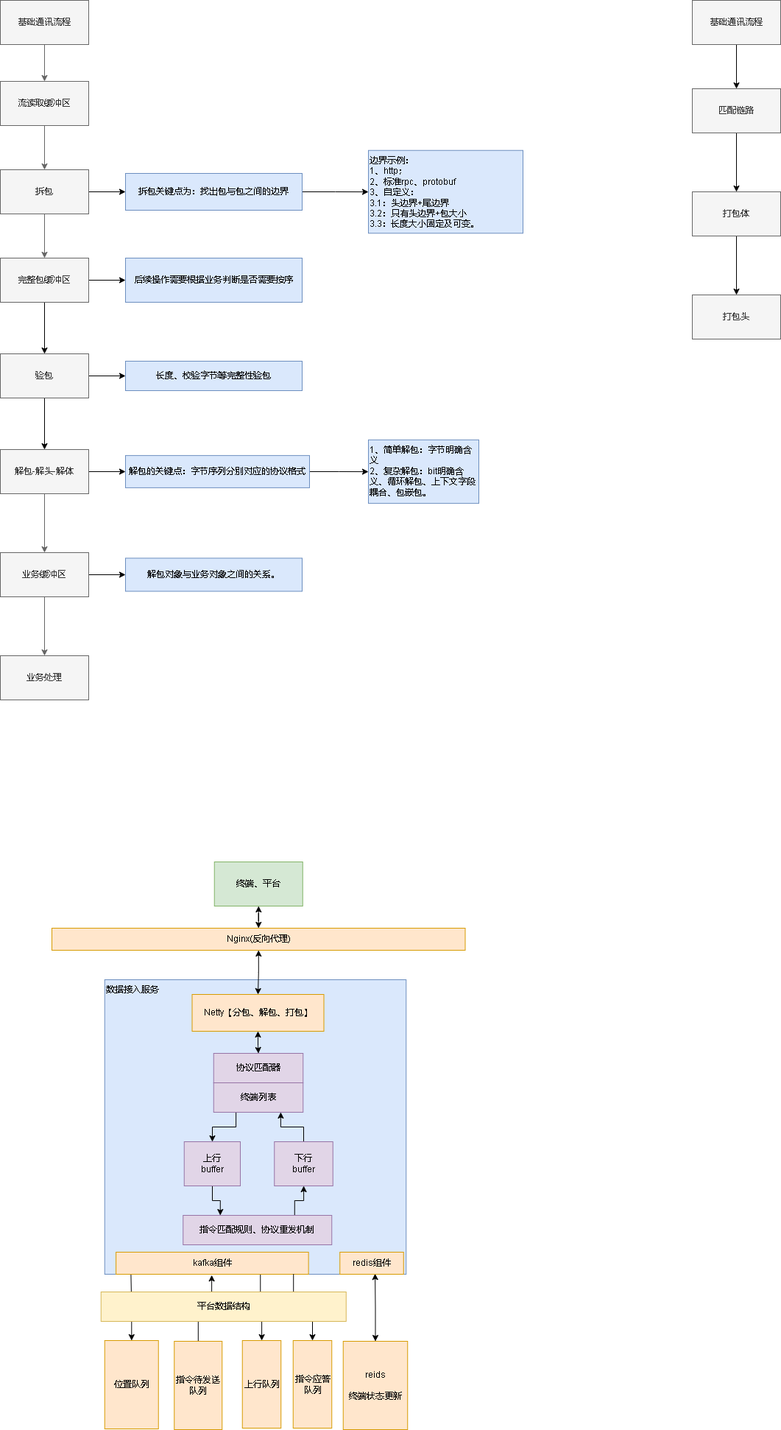
Before: cgo8_通讯设计.drawio.png, a diagram exported from draw.io (xktder/draw). Source tidied: cells renumbered, new cells last; positions are measured from the earlier drawing's top-left corner, leaving out a move shared by most shapes. Source of this version:
```xml
<mxGraphModel>
  <root>
    <mxCell id="0" />
    <mxCell id="1" parent="0" />
    <mxCell id="2" style="edgeStyle=orthogonalEdgeStyle;rounded=0;jettySize=auto;html=1;fillColor=#f5f5f5;strokeColor=#666666;" parent="1" edge="1" source="3" target="5">
      <mxGeometry relative="1" as="geometry" />
    </mxCell>
    <mxCell id="3" value="基础通讯流程" style="rounded=0;whiteSpace=wrap;html=1;fillColor=#f5f5f5;fontColor=#333333;strokeColor=#666666;" parent="1" vertex="1">
      <mxGeometry width="120" height="60" as="geometry" />
    </mxCell>
    <mxCell id="4" style="edgeStyle=orthogonalEdgeStyle;rounded=0;jettySize=auto;html=1;fillColor=#f5f5f5;strokeColor=#666666;" parent="1" edge="1" source="5" target="8">
      <mxGeometry relative="1" as="geometry" />
    </mxCell>
    <mxCell id="5" value="流读取缓冲区" style="whiteSpace=wrap;html=1;rounded=0;fillColor=#f5f5f5;fontColor=#333333;strokeColor=#666666;" parent="1" vertex="1">
      <mxGeometry y="110" width="120" height="60" as="geometry" />
    </mxCell>
    <mxCell id="6" style="edgeStyle=orthogonalEdgeStyle;rounded=0;jettySize=auto;html=1;fillColor=#f5f5f5;strokeColor=#666666;" parent="1" edge="1" source="8" target="11">
      <mxGeometry relative="1" as="geometry" />
    </mxCell>
    <mxCell id="7" style="edgeStyle=orthogonalEdgeStyle;rounded=0;jettySize=auto;html=1;" parent="1" edge="1" source="8" target="16">
      <mxGeometry relative="1" as="geometry" />
    </mxCell>
    <mxCell id="8" value="拆包" style="whiteSpace=wrap;html=1;rounded=0;fillColor=#f5f5f5;fontColor=#333333;strokeColor=#666666;" parent="1" vertex="1">
      <mxGeometry y="230" width="120" height="60" as="geometry" />
    </mxCell>
    <mxCell id="9" style="edgeStyle=orthogonalEdgeStyle;rounded=0;jettySize=auto;html=1;" parent="1" edge="1" source="11" target="26">
      <mxGeometry relative="1" as="geometry" />
    </mxCell>
    <mxCell id="10" style="edgeStyle=orthogonalEdgeStyle;rounded=0;jettySize=auto;html=1;" parent="1" edge="1" source="11" target="30">
      <mxGeometry relative="1" as="geometry" />
    </mxCell>
    <mxCell id="11" value="完整包缓冲区" style="whiteSpace=wrap;html=1;rounded=0;fillColor=#f5f5f5;fontColor=#333333;strokeColor=#666666;" parent="1" vertex="1">
      <mxGeometry y="350" width="120" height="60" as="geometry" />
    </mxCell>
    <mxCell id="12" style="edgeStyle=orthogonalEdgeStyle;rounded=0;jettySize=auto;html=1;fillColor=#f5f5f5;strokeColor=#666666;" parent="1" edge="1" source="14" target="19">
      <mxGeometry relative="1" as="geometry" />
    </mxCell>
    <mxCell id="13" style="edgeStyle=orthogonalEdgeStyle;rounded=0;jettySize=auto;html=1;" parent="1" edge="1" source="14" target="22">
      <mxGeometry relative="1" as="geometry" />
    </mxCell>
    <mxCell id="14" value="解包-解头-解体" style="whiteSpace=wrap;html=1;rounded=0;fillColor=#f5f5f5;fontColor=#333333;strokeColor=#666666;" parent="1" vertex="1">
      <mxGeometry y="610" width="120" height="60" as="geometry" />
    </mxCell>
    <mxCell id="15" style="edgeStyle=orthogonalEdgeStyle;rounded=0;jettySize=auto;html=1;" parent="1" edge="1" source="16" target="23">
      <mxGeometry relative="1" as="geometry" />
    </mxCell>
    <mxCell id="16" value="拆包关键点为：找出包与包之间的边界&lt;br&gt;" style="whiteSpace=wrap;html=1;rounded=0;fillColor=#dae8fc;strokeColor=#6c8ebf;" parent="1" vertex="1">
      <mxGeometry x="170" y="235" width="240" height="50" as="geometry" />
    </mxCell>
    <mxCell id="17" style="edgeStyle=orthogonalEdgeStyle;rounded=0;jettySize=auto;html=1;fillColor=#f5f5f5;strokeColor=#666666;" parent="1" edge="1" source="19" target="20">
      <mxGeometry relative="1" as="geometry" />
    </mxCell>
    <mxCell id="18" style="edgeStyle=orthogonalEdgeStyle;rounded=0;jettySize=auto;html=1;exitX=1;exitY=0.5;exitDx=0;exitDy=0;entryX=0;entryY=0.5;entryDx=0;entryDy=0;" parent="1" edge="1" source="19" target="29">
      <mxGeometry relative="1" as="geometry" />
    </mxCell>
    <mxCell id="19" value="业务缓冲区" style="whiteSpace=wrap;html=1;rounded=0;fillColor=#f5f5f5;fontColor=#333333;strokeColor=#666666;" parent="1" vertex="1">
      <mxGeometry y="750" width="120" height="60" as="geometry" />
    </mxCell>
    <mxCell id="20" value="业务处理" style="whiteSpace=wrap;html=1;rounded=0;fillColor=#f5f5f5;fontColor=#333333;strokeColor=#666666;" parent="1" vertex="1">
      <mxGeometry y="890" width="120" height="60" as="geometry" />
    </mxCell>
    <mxCell id="21" style="edgeStyle=orthogonalEdgeStyle;rounded=0;jettySize=auto;html=1;" parent="1" edge="1" source="22" target="27">
      <mxGeometry relative="1" as="geometry" />
    </mxCell>
    <mxCell id="22" value="解包的关键点：字节序列分别对应的协议格式&lt;br&gt;" style="whiteSpace=wrap;html=1;rounded=0;fillColor=#dae8fc;strokeColor=#6c8ebf;" parent="1" vertex="1">
      <mxGeometry x="170" y="618.1" width="250" height="43.8" as="geometry" />
    </mxCell>
    <mxCell id="23" value="边界示例：&lt;br&gt;1、http；&lt;br&gt;2、标准rpc、protobuf&lt;br&gt;3、自定义：&lt;br&gt;3.1：头边界+尾边界&lt;br&gt;3.2：只有头边界+包大小&lt;br&gt;3.3：长度大小固定及可变。" style="whiteSpace=wrap;html=1;fillColor=#dae8fc;strokeColor=#6c8ebf;rounded=0;align=left;verticalAlign=top;" parent="1" vertex="1">
      <mxGeometry x="500" y="203.8" width="210" height="112.5" as="geometry" />
    </mxCell>
    <mxCell id="24" style="edgeStyle=orthogonalEdgeStyle;rounded=0;jettySize=auto;html=1;" parent="1" edge="1" source="26" target="14">
      <mxGeometry relative="1" as="geometry" />
    </mxCell>
    <mxCell id="25" style="edgeStyle=orthogonalEdgeStyle;rounded=0;jettySize=auto;html=1;" parent="1" edge="1" source="26" target="28">
      <mxGeometry relative="1" as="geometry" />
    </mxCell>
    <mxCell id="26" value="验包" style="whiteSpace=wrap;html=1;rounded=0;fillColor=#f5f5f5;fontColor=#333333;strokeColor=#666666;" parent="1" vertex="1">
      <mxGeometry y="480" width="120" height="60" as="geometry" />
    </mxCell>
    <mxCell id="27" value="1、简单解包：字节明确含义&lt;br&gt;2、复杂解包：bit明确含义、循环解包、上下文字段耦合、包嵌包。" style="whiteSpace=wrap;html=1;fillColor=#dae8fc;strokeColor=#6c8ebf;rounded=0;align=left;verticalAlign=top;" parent="1" vertex="1">
      <mxGeometry x="500" y="596.9" width="150" height="86.2" as="geometry" />
    </mxCell>
    <mxCell id="28" value="长度、校验字节等完整性验包" style="whiteSpace=wrap;html=1;rounded=0;fillColor=#dae8fc;strokeColor=#6c8ebf;" parent="1" vertex="1">
      <mxGeometry x="170" y="490" width="240" height="40" as="geometry" />
    </mxCell>
    <mxCell id="29" value="解包对象与业务对象之间的关系。" style="whiteSpace=wrap;html=1;rounded=0;fillColor=#dae8fc;strokeColor=#6c8ebf;" parent="1" vertex="1">
      <mxGeometry x="170" y="757.5" width="240" height="45" as="geometry" />
    </mxCell>
    <mxCell id="30" value="后续操作需要根据业务判断是否需要按序" style="whiteSpace=wrap;html=1;rounded=0;fillColor=#dae8fc;strokeColor=#6c8ebf;" parent="1" vertex="1">
      <mxGeometry x="170" y="350" width="240" height="60" as="geometry" />
    </mxCell>
    <mxCell id="31" value="数据接入服务" style="rounded=0;whiteSpace=wrap;html=1;verticalAlign=top;align=left;fillColor=#dae8fc;strokeColor=#6c8ebf;" parent="1" vertex="1">
      <mxGeometry x="141.8" y="1330" width="409.5" height="400" as="geometry" />
    </mxCell>
    <mxCell id="32" style="edgeStyle=orthogonalEdgeStyle;rounded=0;jettySize=auto;html=1;entryX=0.5;entryY=0;entryDx=0;entryDy=0;startArrow=classic;startFill=1;" parent="1" edge="1" source="33" target="35">
      <mxGeometry relative="1" as="geometry" />
    </mxCell>
    <mxCell id="33" value="终端、平台" style="rounded=0;whiteSpace=wrap;html=1;fillColor=#d5e8d4;strokeColor=#82b366;" parent="1" vertex="1">
      <mxGeometry x="290.8" y="1170" width="120" height="60" as="geometry" />
    </mxCell>
    <mxCell id="34" style="edgeStyle=orthogonalEdgeStyle;rounded=0;jettySize=auto;html=1;exitX=0.5;exitY=1;exitDx=0;exitDy=0;entryX=0.5;entryY=0;entryDx=0;entryDy=0;startArrow=classic;startFill=1;" parent="1" edge="1" source="35" target="37">
      <mxGeometry relative="1" as="geometry" />
    </mxCell>
    <mxCell id="35" value="Nginx(反向代理)" style="rounded=0;whiteSpace=wrap;html=1;fillColor=#ffe6cc;strokeColor=#d79b00;" parent="1" vertex="1">
      <mxGeometry x="70" y="1260" width="561.5" height="30" as="geometry" />
    </mxCell>
    <mxCell id="36" style="edgeStyle=orthogonalEdgeStyle;rounded=0;jettySize=auto;html=1;startArrow=classic;startFill=1;" parent="1" edge="1" source="37" target="39">
      <mxGeometry relative="1" as="geometry" />
    </mxCell>
    <mxCell id="37" value="Netty【分包、解包、打包】" style="rounded=0;whiteSpace=wrap;html=1;fillColor=#ffe6cc;strokeColor=#d79b00;" parent="1" vertex="1">
      <mxGeometry x="260.5" y="1350" width="179" height="50" as="geometry" />
    </mxCell>
    <mxCell id="38" style="edgeStyle=orthogonalEdgeStyle;rounded=0;jettySize=auto;html=1;startArrow=none;startFill=0;exitX=0.25;exitY=1;exitDx=0;exitDy=0;" parent="1" edge="1" source="46" target="41">
      <mxGeometry relative="1" as="geometry" />
    </mxCell>
    <mxCell id="39" value="协议匹配器" style="whiteSpace=wrap;html=1;rounded=0;fillColor=#e1d5e7;strokeColor=#9673a6;" parent="1" vertex="1">
      <mxGeometry x="289.8" y="1430" width="121.5" height="40" as="geometry" />
    </mxCell>
    <mxCell id="40" style="edgeStyle=orthogonalEdgeStyle;rounded=0;jettySize=auto;html=1;entryX=0.25;entryY=0;entryDx=0;entryDy=0;startArrow=none;startFill=0;endArrow=classic;endFill=1;" parent="1" edge="1" source="41" target="45">
      <mxGeometry relative="1" as="geometry" />
    </mxCell>
    <mxCell id="41" value="上行&lt;br&gt;buffer" style="whiteSpace=wrap;html=1;rounded=0;fillColor=#e1d5e7;strokeColor=#9673a6;" parent="1" vertex="1">
      <mxGeometry x="249.8" y="1550" width="76.2" height="60" as="geometry" />
    </mxCell>
    <mxCell id="42" style="edgeStyle=orthogonalEdgeStyle;rounded=0;jettySize=auto;html=1;exitX=0.5;exitY=0;exitDx=0;exitDy=0;entryX=0.75;entryY=1;entryDx=0;entryDy=0;startArrow=none;startFill=0;" parent="1" edge="1" source="44" target="46">
      <mxGeometry relative="1" as="geometry" />
    </mxCell>
    <mxCell id="43" style="edgeStyle=orthogonalEdgeStyle;rounded=0;jettySize=auto;html=1;entryX=0.75;entryY=0;entryDx=0;entryDy=0;startArrow=classic;startFill=1;endArrow=none;endFill=0;" parent="1" edge="1" source="44" target="45">
      <mxGeometry relative="1" as="geometry" />
    </mxCell>
    <mxCell id="44" value="下行&lt;br&gt;buffer" style="whiteSpace=wrap;html=1;rounded=0;fillColor=#e1d5e7;strokeColor=#9673a6;" parent="1" vertex="1">
      <mxGeometry x="372.2" y="1550" width="79.5" height="60" as="geometry" />
    </mxCell>
    <mxCell id="45" value="指令匹配规则、协议重发机制" style="rounded=0;whiteSpace=wrap;html=1;fillColor=#e1d5e7;strokeColor=#9673a6;" parent="1" vertex="1">
      <mxGeometry x="248.2" y="1650" width="202" height="40" as="geometry" />
    </mxCell>
    <mxCell id="46" value="终端列表" style="whiteSpace=wrap;html=1;rounded=0;fillColor=#e1d5e7;strokeColor=#9673a6;" parent="1" vertex="1">
      <mxGeometry x="289.8" y="1470" width="121.5" height="40" as="geometry" />
    </mxCell>
    <mxCell id="47" style="edgeStyle=orthogonalEdgeStyle;rounded=0;jettySize=auto;html=1;entryX=0.087;entryY=0.998;entryDx=0;entryDy=0;entryPerimeter=0;startArrow=classic;startFill=1;endArrow=none;endFill=0;" parent="1" edge="1" source="48" target="31">
      <mxGeometry relative="1" as="geometry" />
    </mxCell>
    <mxCell id="48" value="位置队列" style="rounded=0;whiteSpace=wrap;html=1;fillColor=#ffe6cc;strokeColor=#d79b00;" parent="1" vertex="1">
      <mxGeometry x="141.8" y="1820" width="73" height="120" as="geometry" />
    </mxCell>
    <mxCell id="49" style="edgeStyle=orthogonalEdgeStyle;rounded=0;jettySize=auto;html=1;entryX=0.355;entryY=1.003;entryDx=0;entryDy=0;entryPerimeter=0;startArrow=none;startFill=0;endArrow=classic;endFill=1;" parent="1" edge="1" source="50" target="31">
      <mxGeometry relative="1" as="geometry" />
    </mxCell>
    <mxCell id="50" value="指令待发送队列" style="rounded=0;whiteSpace=wrap;html=1;fillColor=#ffe6cc;strokeColor=#d79b00;" parent="1" vertex="1">
      <mxGeometry x="236.2" y="1821" width="65" height="120" as="geometry" />
    </mxCell>
    <mxCell id="51" style="edgeStyle=orthogonalEdgeStyle;rounded=0;jettySize=auto;html=1;entryX=0.75;entryY=1;entryDx=0;entryDy=0;startArrow=classic;startFill=1;endArrow=none;endFill=0;" parent="1" edge="1" source="52" target="55">
      <mxGeometry relative="1" as="geometry" />
    </mxCell>
    <mxCell id="52" value="上行队列" style="rounded=0;whiteSpace=wrap;html=1;fillColor=#ffe6cc;strokeColor=#d79b00;" parent="1" vertex="1">
      <mxGeometry x="328.8" y="1820" width="52.5" height="119" as="geometry" />
    </mxCell>
    <mxCell id="53" style="edgeStyle=orthogonalEdgeStyle;rounded=0;jettySize=auto;html=1;exitX=0.5;exitY=0;exitDx=0;exitDy=0;entryX=0.897;entryY=0.998;entryDx=0;entryDy=0;entryPerimeter=0;startArrow=classic;startFill=1;endArrow=classic;endFill=1;" parent="1" edge="1" source="54" target="31">
      <mxGeometry relative="1" as="geometry" />
    </mxCell>
    <mxCell id="54" value="reids&lt;br&gt;&lt;br&gt;终端状态更新" style="rounded=0;whiteSpace=wrap;html=1;fillColor=#ffe6cc;strokeColor=#d79b00;" parent="1" vertex="1">
      <mxGeometry x="465.8" y="1821" width="87.5" height="120" as="geometry" />
    </mxCell>
    <mxCell id="55" value="kafka组件" style="rounded=0;whiteSpace=wrap;html=1;fillColor=#ffe6cc;strokeColor=#d79b00;" parent="1" vertex="1">
      <mxGeometry x="157.1" y="1700" width="261.5" height="30" as="geometry" />
    </mxCell>
    <mxCell id="56" value="redis组件" style="rounded=0;whiteSpace=wrap;html=1;fillColor=#ffe6cc;strokeColor=#d79b00;" parent="1" vertex="1">
      <mxGeometry x="461.2" y="1700" width="86.5" height="30" as="geometry" />
    </mxCell>
    <mxCell id="57" style="edgeStyle=orthogonalEdgeStyle;rounded=0;jettySize=auto;html=1;exitX=0.5;exitY=0;exitDx=0;exitDy=0;entryX=0.922;entryY=0.995;entryDx=0;entryDy=0;entryPerimeter=0;startArrow=classic;startFill=1;endArrow=none;endFill=0;" parent="1" edge="1" source="58" target="55">
      <mxGeometry relative="1" as="geometry" />
    </mxCell>
    <mxCell id="58" value="指令应答队列" style="rounded=0;whiteSpace=wrap;html=1;fillColor=#ffe6cc;strokeColor=#d79b00;" parent="1" vertex="1">
      <mxGeometry x="397.8" y="1820" width="52.5" height="119" as="geometry" />
    </mxCell>
    <mxCell id="59" value="平台数据结构" style="rounded=0;whiteSpace=wrap;html=1;fillColor=#fff2cc;strokeColor=#d6b656;" parent="1" vertex="1">
      <mxGeometry x="136.8" y="1754" width="333" height="40" as="geometry" />
    </mxCell>
    <mxCell id="60" style="edgeStyle=orthogonalEdgeStyle;rounded=0;jettySize=auto;html=1;" parent="1" edge="1" source="61" target="63">
      <mxGeometry relative="1" as="geometry" />
    </mxCell>
    <mxCell id="61" value="基础通讯流程" style="rounded=0;whiteSpace=wrap;html=1;fillColor=#f5f5f5;fontColor=#333333;strokeColor=#666666;" parent="1" vertex="1">
      <mxGeometry x="940" width="120" height="60" as="geometry" />
    </mxCell>
    <mxCell id="62" style="edgeStyle=orthogonalEdgeStyle;rounded=0;jettySize=auto;html=1;" parent="1" edge="1" source="63" target="65">
      <mxGeometry relative="1" as="geometry" />
    </mxCell>
    <mxCell id="63" value="匹配链路" style="whiteSpace=wrap;html=1;fillColor=#f5f5f5;strokeColor=#666666;fontColor=#333333;rounded=0;" parent="1" vertex="1">
      <mxGeometry x="940" y="120" width="120" height="60" as="geometry" />
    </mxCell>
    <mxCell id="64" style="edgeStyle=orthogonalEdgeStyle;rounded=0;jettySize=auto;html=1;" parent="1" edge="1" source="65" target="66">
      <mxGeometry relative="1" as="geometry" />
    </mxCell>
    <mxCell id="65" value="打包体" style="whiteSpace=wrap;html=1;fillColor=#f5f5f5;strokeColor=#666666;fontColor=#333333;rounded=0;" parent="1" vertex="1">
      <mxGeometry x="940" y="260" width="120" height="60" as="geometry" />
    </mxCell>
    <mxCell id="66" value="打包头" style="whiteSpace=wrap;html=1;fillColor=#f5f5f5;strokeColor=#666666;fontColor=#333333;rounded=0;" parent="1" vertex="1">
      <mxGeometry x="940" y="400" width="120" height="60" as="geometry" />
    </mxCell>
  </root>
</mxGraphModel>
```
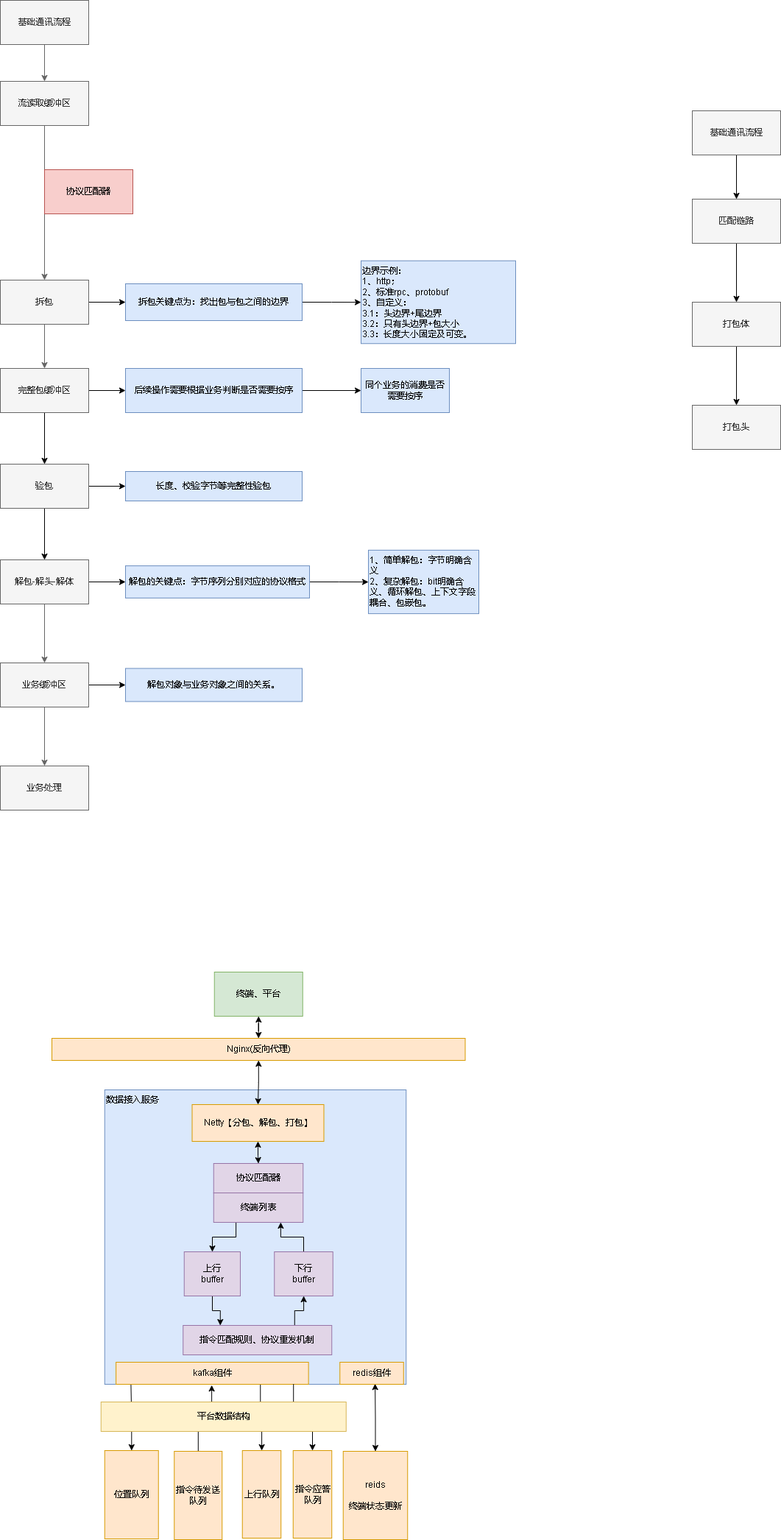
After the commit.

Commit message:
更新cgo8_通讯设计.drawio.png

The edit, as a diff of the source:
```diff
@@ -6,13 +6,13 @@
       <mxGeometry relative="1" as="geometry" />
     </mxCell>
     <mxCell id="3" value="基础通讯流程" style="rounded=0;whiteSpace=wrap;html=1;fillColor=#f5f5f5;fontColor=#333333;strokeColor=#666666;" parent="1" vertex="1">
-      <mxGeometry width="120" height="60" as="geometry" />
+      <mxGeometry y="-150" width="120" height="60" as="geometry" />
     </mxCell>
     <mxCell id="4" style="edgeStyle=orthogonalEdgeStyle;rounded=0;jettySize=auto;html=1;fillColor=#f5f5f5;strokeColor=#666666;" parent="1" edge="1" source="5" target="8">
       <mxGeometry relative="1" as="geometry" />
     </mxCell>
     <mxCell id="5" value="流读取缓冲区" style="whiteSpace=wrap;html=1;rounded=0;fillColor=#f5f5f5;fontColor=#333333;strokeColor=#666666;" parent="1" vertex="1">
-      <mxGeometry y="110" width="120" height="60" as="geometry" />
+      <mxGeometry y="-40" width="120" height="60" as="geometry" />
     </mxCell>
     <mxCell id="6" style="edgeStyle=orthogonalEdgeStyle;rounded=0;jettySize=auto;html=1;fillColor=#f5f5f5;strokeColor=#666666;" parent="1" edge="1" source="8" target="11">
       <mxGeometry relative="1" as="geometry" />
@@ -66,7 +66,7 @@
       <mxGeometry x="170" y="618.1" width="250" height="43.8" as="geometry" />
     </mxCell>
     <mxCell id="23" value="边界示例：&lt;br&gt;1、http；&lt;br&gt;2、标准rpc、protobuf&lt;br&gt;3、自定义：&lt;br&gt;3.1：头边界+尾边界&lt;br&gt;3.2：只有头边界+包大小&lt;br&gt;3.3：长度大小固定及可变。" style="whiteSpace=wrap;html=1;fillColor=#dae8fc;strokeColor=#6c8ebf;rounded=0;align=left;verticalAlign=top;" parent="1" vertex="1">
-      <mxGeometry x="500" y="203.8" width="210" height="112.5" as="geometry" />
+      <mxGeometry x="490" y="203.8" width="210" height="112.5" as="geometry" />
     </mxCell>
     <mxCell id="24" style="edgeStyle=orthogonalEdgeStyle;rounded=0;jettySize=auto;html=1;" parent="1" edge="1" source="26" target="14">
       <mxGeometry relative="1" as="geometry" />
@@ -86,6 +86,9 @@
     <mxCell id="29" value="解包对象与业务对象之间的关系。" style="whiteSpace=wrap;html=1;rounded=0;fillColor=#dae8fc;strokeColor=#6c8ebf;" parent="1" vertex="1">
       <mxGeometry x="170" y="757.5" width="240" height="45" as="geometry" />
     </mxCell>
+    <mxCell id="67" style="edgeStyle=orthogonalEdgeStyle;rounded=0;jettySize=auto;html=1;" parent="1" edge="1" source="30" target="68">
+      <mxGeometry relative="1" as="geometry" />
+    </mxCell>
     <mxCell id="30" value="后续操作需要根据业务判断是否需要按序" style="whiteSpace=wrap;html=1;rounded=0;fillColor=#dae8fc;strokeColor=#6c8ebf;" parent="1" vertex="1">
       <mxGeometry x="170" y="350" width="240" height="60" as="geometry" />
     </mxCell>
@@ -197,5 +200,11 @@
     <mxCell id="66" value="打包头" style="whiteSpace=wrap;html=1;fillColor=#f5f5f5;strokeColor=#666666;fontColor=#333333;rounded=0;" parent="1" vertex="1">
       <mxGeometry x="940" y="400" width="120" height="60" as="geometry" />
     </mxCell>
+    <mxCell id="68" value="同个业务的消费是否需要按序" style="whiteSpace=wrap;html=1;fillColor=#dae8fc;strokeColor=#6c8ebf;rounded=0;" parent="1" vertex="1">
+      <mxGeometry x="490" y="350" width="120" height="60" as="geometry" />
+    </mxCell>
+    <mxCell id="69" value="协议匹配器" style="rounded=0;whiteSpace=wrap;html=1;fillColor=#f8cecc;strokeColor=#b85450;" parent="1" vertex="1">
+      <mxGeometry x="60" y="80" width="120" height="60" as="geometry" />
+    </mxCell>
   </root>
 </mxGraphModel>
```
